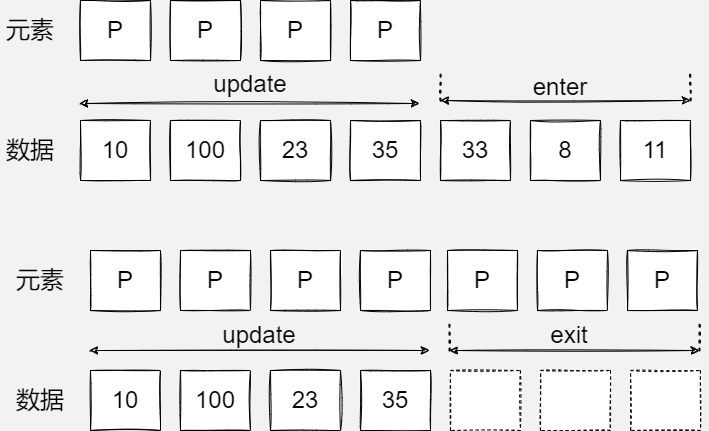
This is D3js-数据绑定-数据集.drawio.png from jzsn2018/diagrams-storage, a draw.io export, as it was before one commit. Source tidied: cells renumbered, new cells last; positions are measured from the earlier drawing's top-left corner, leaving out a move shared by most shapes.
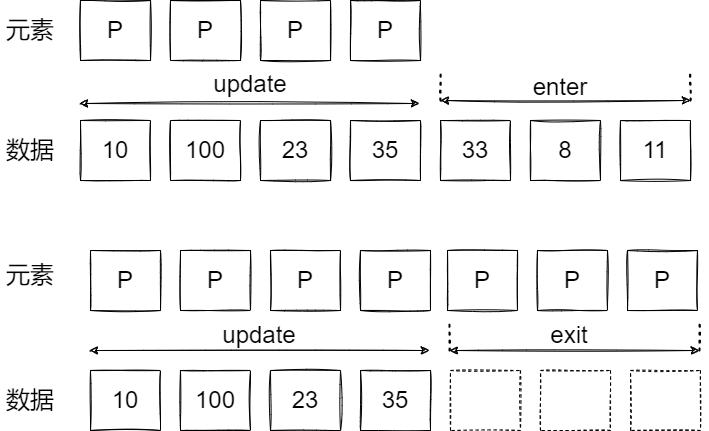
The same file after the commit.

Commit message:
更新D3js-数据绑定-数据集.drawio.png

The edit, as a diff of the source:
```diff
@@ -1,4 +1,4 @@
-<mxGraphModel background="#F2F2F2">
+<mxGraphModel background="#FFFFFF">
   <root>
     <mxCell id="0" />
     <mxCell id="1" parent="0" />
@@ -84,7 +84,7 @@
       <mxGeometry x="360" y="250" width="70" height="60" as="geometry" />
     </mxCell>
     <mxCell id="25" value="&lt;font style=&quot;font-size: 24px&quot;&gt;元素&lt;/font&gt;" style="text;html=1;strokeColor=none;fillColor=none;align=center;verticalAlign=middle;whiteSpace=wrap;rounded=0;sketch=1;fontSize=24;" parent="1" vertex="1">
-      <mxGeometry x="10" y="265" width="60" height="30" as="geometry" />
+      <mxGeometry y="260" width="60" height="30" as="geometry" />
     </mxCell>
     <mxCell id="26" value="&lt;font style=&quot;font-size: 24px&quot;&gt;10&lt;/font&gt;" style="rounded=0;whiteSpace=wrap;html=1;sketch=1;" parent="1" vertex="1">
       <mxGeometry x="90" y="370" width="70" height="60" as="geometry" />
@@ -99,7 +99,7 @@
       <mxGeometry x="360" y="370" width="70" height="60" as="geometry" />
     </mxCell>
     <mxCell id="30" value="&lt;font style=&quot;font-size: 24px&quot;&gt;数据&lt;/font&gt;" style="text;html=1;strokeColor=none;fillColor=none;align=center;verticalAlign=middle;whiteSpace=wrap;rounded=0;sketch=1;fontSize=24;" parent="1" vertex="1">
-      <mxGeometry x="10" y="385" width="60" height="30" as="geometry" />
+      <mxGeometry y="385" width="60" height="30" as="geometry" />
     </mxCell>
     <mxCell id="31" style="endArrow=classic;startArrow=classic;html=1;rounded=0;sketch=1;fontSize=24;" parent="1" edge="1">
       <mxGeometry relative="1" as="geometry">
```
